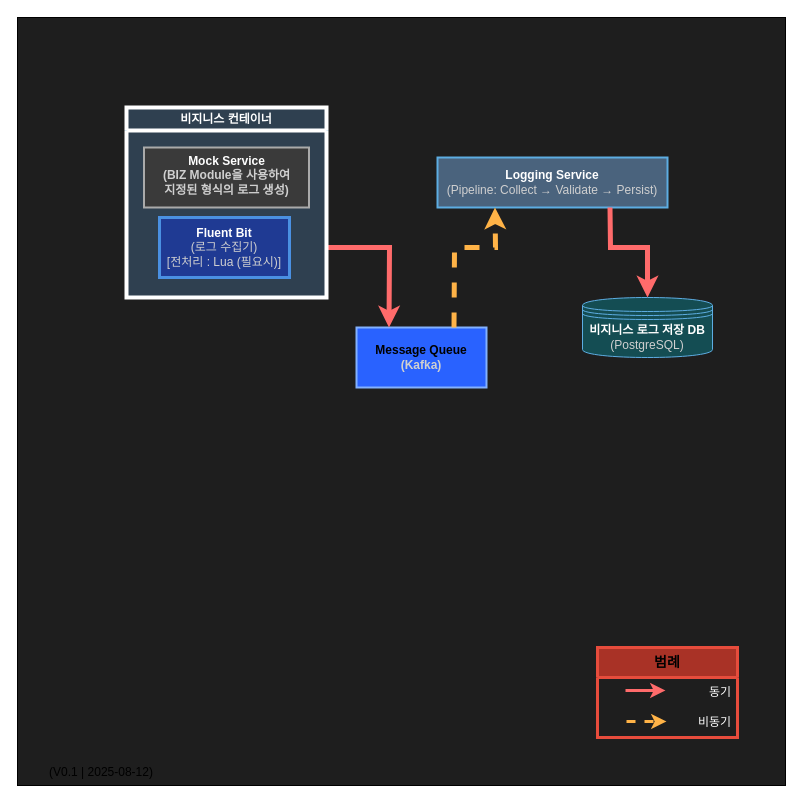
rihee1214/logstream-alert-system keeps this draw.io diagram as docs/01. architecture/MsaLogHandleProjects.drawio. Above is the earlier version. Source tidied: cells renumbered, new cells numbered last; positions are measured from the earlier drawing's top-left corner, leaving out a move shared by most shapes. Both pictures are drawn from the tidied source at 100%, with x=0, y=0 at pixel (17, 17).
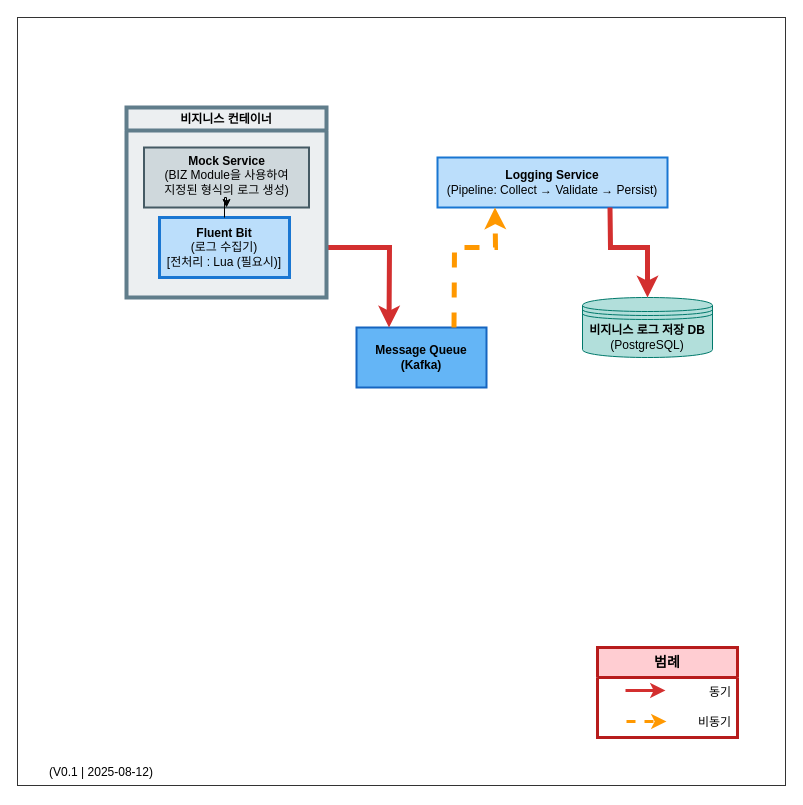
The same page after the edit.

Commit message (it also covers changes not shown here):
Refactor CI/CD tool choice and redesign architecture diagrams for white background

Diff of the diagram source:
```diff
@@
-    <mxCell id="2" style="whiteSpace=wrap;html=1;fillColor=light-dark(#1E1E1E,#1E1E1E);" parent="1" vertex="1">
+    <mxCell id="2" style="whiteSpace=wrap;html=1;fillColor=light-dark(#FFFFFF,#FFFFFF);strokeColor=light-dark(#333333,#333333);" parent="1" vertex="1">
       <mxGeometry width="768" height="768" as="geometry" />
     </mxCell>
-    <mxCell id="3" value="&lt;font style=&quot;&quot;&gt;&lt;b&gt;Logging Service&lt;/b&gt;&lt;/font&gt;&lt;div&gt;&lt;font style=&quot;color: light-dark(rgb(208, 208, 208), rgb(208, 208, 208));&quot;&gt;(Pipeline: Collect → Validate → Persist)&lt;/font&gt;&lt;/div&gt;" style="rounded=0;whiteSpace=wrap;html=1;fillColor=light-dark(#4A637D,#4A637D);strokeColor=light-dark(#5DADE2,#5DADE2);strokeWidth=2;fontColor=light-dark(#FFFFFF,#FFFFFF);" parent="1" vertex="1">
+    <mxCell id="3" value="&lt;font style=&quot;&quot;&gt;&lt;b&gt;Logging Service&lt;/b&gt;&lt;/font&gt;&lt;div&gt;&lt;font style=&quot;&quot;&gt;(Pipeline: Collect → Validate → Persist)&lt;/font&gt;&lt;/div&gt;" style="rounded=0;whiteSpace=wrap;html=1;fillColor=light-dark(#BBDEFB,#BBDEFB);strokeColor=light-dark(#1976D2,#1976D2);strokeWidth=2;fontColor=light-dark(#000000,#000000);" parent="1" vertex="1">
       <mxGeometry x="420" y="140" width="230" height="50" as="geometry" />
     </mxCell>
@@
-    <mxCell id="5" value="&lt;font&gt;&lt;b style=&quot;&quot;&gt;Message Queue&lt;/b&gt;&lt;/font&gt;&lt;div&gt;&lt;font style=&quot;color: light-dark(rgb(208, 208, 208), rgb(208, 208, 208));&quot;&gt;&lt;b style=&quot;&quot;&gt;(Kafka)&lt;/b&gt;&lt;/font&gt;&lt;/div&gt;" style="rounded=0;whiteSpace=wrap;html=1;fillColor=light-dark(#2962FF,#2962FF);strokeColor=light-dark(#82B1FF,#82B1FF);strokeWidth=2;" parent="1" vertex="1">
+    <mxCell id="5" value="&lt;font&gt;&lt;b style=&quot;&quot;&gt;Message Queue&lt;/b&gt;&lt;/font&gt;&lt;div&gt;&lt;font style=&quot;&quot;&gt;&lt;b style=&quot;&quot;&gt;(Kafka)&lt;/b&gt;&lt;/font&gt;&lt;/div&gt;" style="rounded=0;whiteSpace=wrap;html=1;fillColor=light-dark(#64B5F6,#64B5F6);strokeColor=light-dark(#1565C0,#1565C0);strokeWidth=2;fontColor=light-dark(#000000,#000000);" parent="1" vertex="1">
       <mxGeometry x="339" y="310" width="130" height="60" as="geometry" />
     </mxCell>
-    <mxCell id="6" style="endArrow=classic;html=1;rounded=0;strokeColor=light-dark(#FF6B6B,#FF6B6B);entryX=0.25;entryY=0;entryDx=0;entryDy=0;exitX=1;exitY=0.5;exitDx=0;exitDy=0;strokeWidth=5;" parent="1" edge="1" source="18" target="5">
+    <mxCell id="6" style="endArrow=classic;html=1;rounded=0;strokeColor=light-dark(#D32F2F,#D32F2F);entryX=0.25;entryY=0;entryDx=0;entryDy=0;exitX=1;exitY=0.5;exitDx=0;exitDy=0;strokeWidth=5;" parent="1" edge="1" source="18" target="5">
       <mxGeometry relative="1" as="geometry">
         <Array as="points">
           <mxPoint x="372" y="230" />
         </Array>
       </mxGeometry>
     </mxCell>
-    <mxCell id="7" style="group;labelBackgroundColor=light-dark(#FFFFFF,#FFFFFF);strokeColor=light-dark(#5DADE2,#5DADE2);fillColor=light-dark(#2F4050,#2F4050);strokeWidth=3;fontColor=light-dark(#000000,#000000);labelBorderColor=none;" parent="1" vertex="1">
+    <mxCell id="7" style="group;labelBackgroundColor=light-dark(#FFFFFF,#FFFFFF);strokeColor=light-dark(#607D8B,#607D8B);fillColor=light-dark(#ECEFF1,#ECEFF1);strokeWidth=3;fontColor=light-dark(#000000,#000000);labelBorderColor=none;" parent="1" vertex="1">
       <mxGeometry x="109" y="90" width="200" height="190" as="geometry" />
     </mxCell>
-    <mxCell id="8" style="endArrow=classic;html=1;rounded=0;strokeColor=light-dark(#FFB347,#FFB347);entryX=0.25;entryY=1;entryDx=0;entryDy=0;exitX=0.75;exitY=0;exitDx=0;exitDy=0;strokeWidth=5;dashed=1;" parent="1" edge="1" source="5" target="3">
+    <mxCell id="8" style="endArrow=classic;html=1;rounded=0;strokeColor=light-dark(#FF9800,#FF9800);entryX=0.25;entryY=1;entryDx=0;entryDy=0;exitX=0.75;exitY=0;exitDx=0;exitDy=0;strokeWidth=5;dashed=1;" parent="1" edge="1" source="5" target="3">
       <mxGeometry relative="1" as="geometry">
         <Array as="points">
           <mxPoint x="437" y="230" />
           <mxPoint x="478" y="230" />
         </Array>
       </mxGeometry>
     </mxCell>
-    <mxCell id="9" style="endArrow=classic;html=1;rounded=0;strokeColor=light-dark(#FF6B6B,#FF6B6B);entryX=0.5;entryY=0;entryDx=0;entryDy=0;exitX=0.75;exitY=1;exitDx=0;exitDy=0;strokeWidth=5;" parent="1" edge="1" source="3" target="15">
+    <mxCell id="9" style="endArrow=classic;html=1;rounded=0;strokeColor=light-dark(#D32F2F,#D32F2F);entryX=0.5;entryY=0;entryDx=0;entryDy=0;exitX=0.75;exitY=1;exitDx=0;exitDy=0;strokeWidth=5;" parent="1" edge="1" source="3" target="15">
       <mxGeometry relative="1" as="geometry">
         <Array as="points">
           <mxPoint x="593" y="230" />
           <mxPoint x="630" y="230" />
         </Array>
       </mxGeometry>
     </mxCell>
-    <mxCell id="10" value="&lt;font style=&quot;font-size: 14px; color: light-dark(rgb(0, 0, 0), rgb(0, 0, 0));&quot;&gt;&lt;b style=&quot;&quot;&gt;범례&lt;/b&gt;&lt;/font&gt;" style="swimlane;fontStyle=0;horizontal=1;startSize=30;whiteSpace=wrap;html=1;strokeColor=light-dark(#E74C3C,#E74C3C);strokeWidth=3;fillColor=light-dark(#A93226,#A93226);fontColor=light-dark(#FFFFFF,#3333FF);" parent="1" vertex="1">
+    <mxCell id="10" value="&lt;font style=&quot;font-size: 14px; color: light-dark(rgb(0, 0, 0), rgb(0, 0, 0));&quot;&gt;&lt;b style=&quot;&quot;&gt;범례&lt;/b&gt;&lt;/font&gt;" style="swimlane;fontStyle=0;horizontal=1;startSize=30;whiteSpace=wrap;html=1;strokeColor=light-dark(#B71C1C,#B71C1C);strokeWidth=3;fillColor=light-dark(#FFCDD2,#FFCDD2);fontColor=light-dark(#FFFFFF,#3333FF);" parent="1" vertex="1">
       <mxGeometry x="580" y="630" width="140" height="90" as="geometry" />
     </mxCell>
-    <mxCell id="11" value="동기" style="text;strokeColor=none;fillColor=none;align=right;verticalAlign=middle;spacingLeft=4;spacingRight=4;overflow=hidden;whiteSpace=wrap;html=1;fontColor=light-dark(#FFFFFF,#FFFFFF);" parent="10" vertex="1">
+    <mxCell id="11" value="동기" style="text;strokeColor=none;fillColor=none;align=right;verticalAlign=middle;spacingLeft=4;spacingRight=4;overflow=hidden;whiteSpace=wrap;html=1;fontColor=light-dark(#000000,#000000);" parent="10" vertex="1">
       <mxGeometry y="30" width="140" height="30" as="geometry" />
     </mxCell>
-    <mxCell id="12" value="&lt;font style=&quot;&quot;&gt;비동기&lt;/font&gt;" style="text;strokeColor=none;fillColor=none;align=right;verticalAlign=middle;spacingLeft=4;spacingRight=4;overflow=hidden;whiteSpace=wrap;html=1;fontColor=light-dark(#FFFFFF,#FFFFFF);" parent="10" vertex="1">
+    <mxCell id="12" value="&lt;font style=&quot;&quot;&gt;비동기&lt;/font&gt;" style="text;strokeColor=none;fillColor=none;align=right;verticalAlign=middle;spacingLeft=4;spacingRight=4;overflow=hidden;whiteSpace=wrap;html=1;fontColor=light-dark(#000000,#000000);" parent="10" vertex="1">
       <mxGeometry y="60" width="140" height="30" as="geometry" />
     </mxCell>
-    <mxCell id="13" style="endArrow=classic;html=1;rounded=0;strokeColor=light-dark(#FF6B6B,#FF6B6B);strokeWidth=3;" parent="1" edge="1">
+    <mxCell id="13" style="endArrow=classic;html=1;rounded=0;strokeColor=light-dark(#D32F2F,#D32F2F);strokeWidth=3;" parent="1" edge="1">
       <mxGeometry relative="1" as="geometry">
         <mxPoint x="608" y="673" as="sourcePoint" />
         <mxPoint x="648" y="673" as="targetPoint" />
       </mxGeometry>
     </mxCell>
-    <mxCell id="14" style="endArrow=classic;html=1;rounded=0;strokeColor=light-dark(#FFB347,#FFB347);strokeWidth=3;dashed=1;" parent="1" edge="1">
+    <mxCell id="14" style="endArrow=classic;html=1;rounded=0;strokeColor=light-dark(#FF9800,#FF9800);strokeWidth=3;dashed=1;" parent="1" edge="1">
       <mxGeometry relative="1" as="geometry">
         <mxPoint x="609" y="704" as="sourcePoint" />
         <mxPoint x="649" y="704" as="targetPoint" />
       </mxGeometry>
     </mxCell>
-    <mxCell id="15" value="&lt;font style=&quot;&quot;&gt;&lt;b&gt;비지니스 로그 저장 DB&lt;/b&gt;&lt;br&gt;&lt;/font&gt;&lt;div&gt;&lt;font style=&quot;color: light-dark(rgb(208, 208, 208), rgb(208, 208, 208));&quot;&gt;&lt;font style=&quot;&quot;&gt;(&lt;/font&gt;&lt;span style=&quot;&quot;&gt;&lt;font style=&quot;&quot;&gt;PostgreSQL&lt;/font&gt;&lt;/span&gt;&lt;span style=&quot;&quot;&gt;)&lt;/span&gt;&lt;/font&gt;&lt;/div&gt;" style="shape=datastore;whiteSpace=wrap;html=1;fillColor=light-dark(#144D53,#144D53);strokeColor=light-dark(#5DADE2,#5DADE2);fontColor=light-dark(#FFFFFF,#FFFFFF);labelBackgroundColor=none;labelBorderColor=none;" parent="1" vertex="1">
+    <mxCell id="15" value="&lt;font style=&quot;&quot;&gt;&lt;b&gt;비지니스 로그 저장 DB&lt;/b&gt;&lt;br&gt;&lt;/font&gt;&lt;div&gt;&lt;font style=&quot;&quot;&gt;&lt;font style=&quot;&quot;&gt;(&lt;/font&gt;&lt;span style=&quot;&quot;&gt;&lt;font style=&quot;&quot;&gt;PostgreSQL&lt;/font&gt;&lt;/span&gt;&lt;span style=&quot;&quot;&gt;)&lt;/span&gt;&lt;/font&gt;&lt;/div&gt;" style="shape=datastore;whiteSpace=wrap;html=1;fillColor=light-dark(#B2DFDB,#B2DFDB);strokeColor=light-dark(#00796B,#00796B);fontColor=light-dark(#000000,#000000);labelBackgroundColor=none;labelBorderColor=none;" parent="1" vertex="1">
       <mxGeometry x="565" y="280" width="130" height="60" as="geometry" />
     </mxCell>
-    <mxCell id="16" value="&lt;font style=&quot;&quot;&gt;&lt;b style=&quot;&quot;&gt;&lt;font style=&quot;color: light-dark(rgb(255, 255, 255), rgb(255, 255, 255));&quot;&gt;Mock Service&lt;/font&gt;&lt;br&gt;&lt;font style=&quot;color: light-dark(rgb(208, 208, 208), rgb(208, 208, 208));&quot;&gt;(BIZ Module을 사용하여&lt;br&gt;지정된 형식의 로그 생성)&lt;/font&gt;&lt;/b&gt;&lt;/font&gt;" style="rounded=0;whiteSpace=wrap;html=1;strokeColor=light-dark(#AAAAAA,#AAAAAA);strokeWidth=2;fillColor=light-dark(#3A3A3A,#3A3A3A);verticalAlign=top;fontColor=light-dark(#FFFFFF,#FFFFFF);" parent="1" vertex="1">
+    <mxCell id="16" value="&lt;font style=&quot;&quot;&gt;&lt;font style=&quot;font-weight: bold;&quot;&gt;Mock Service&lt;/font&gt;&lt;br&gt;&lt;font style=&quot;&quot;&gt;(BIZ Module을 사용하여&lt;br&gt;지정된 형식의 로그 생성)&lt;/font&gt;&lt;/font&gt;" style="rounded=0;whiteSpace=wrap;html=1;strokeColor=light-dark(#455A64,#455A64);strokeWidth=2;fillColor=light-dark(#CFD8DC,#CFD8DC);verticalAlign=top;fontColor=light-dark(#000000,#000000);" parent="1" vertex="1">
       <mxGeometry x="126.5" y="130" width="165" height="60" as="geometry" />
     </mxCell>
-    <mxCell id="17" value="&lt;font style=&quot;color: light-dark(rgb(255, 255, 255), rgb(255, 255, 255));&quot;&gt;비지니스 컨테이너&lt;/font&gt;" style="swimlane;whiteSpace=wrap;html=1;strokeColor=light-dark(#FFFFFF,#FFFFFF);strokeWidth=4;fontColor=light-dark(#FFFFFF,#FFFFFF);fillColor=light-dark(#2F4050,#2F4050);" parent="1" vertex="1">
+    <mxCell id="17" value="&lt;font style=&quot;&quot;&gt;비지니스 컨테이너&lt;/font&gt;" style="swimlane;whiteSpace=wrap;html=1;strokeWidth=4;fillColor=light-dark(#ECEFF1,#ECEFF1);fontColor=light-dark(#000000,#000000);strokeColor=light-dark(#607D8B,#607D8B);" parent="1" vertex="1">
       <mxGeometry x="109" y="90" width="200" height="190" as="geometry" />
     </mxCell>
-    <mxCell id="18" value="&lt;font style=&quot;&quot;&gt;&lt;b style=&quot;&quot;&gt;Fluent Bit&lt;/b&gt;&lt;/font&gt;&lt;div&gt;&lt;font style=&quot;color: light-dark(rgb(208, 208, 208), rgb(208, 208, 208));&quot;&gt;(로그 수집기)&lt;br&gt;[전처리 : Lua (필요시)]&lt;/font&gt;&lt;/div&gt;" style="rounded=0;whiteSpace=wrap;html=1;fillColor=light-dark(#1F3A93,#1F3A93);strokeColor=light-dark(#4A90E2,#4A90E2);strokeWidth=3;fontColor=light-dark(#FFFFFF,#FFFFFF);" parent="17" vertex="1">
+    <mxCell id="18" value="&lt;font style=&quot;&quot;&gt;&lt;b style=&quot;&quot;&gt;Fluent Bit&lt;/b&gt;&lt;/font&gt;&lt;div&gt;&lt;font style=&quot;&quot;&gt;(로그 수집기)&lt;br&gt;[전처리 : Lua (필요시)]&lt;/font&gt;&lt;/div&gt;" style="rounded=0;whiteSpace=wrap;html=1;fillColor=light-dark(#BBDEFB,#BBDEFB);strokeColor=light-dark(#1976D2,#1976D2);strokeWidth=3;fontColor=light-dark(#000000,#000000);" parent="17" vertex="1">
       <mxGeometry x="33" y="110" width="130" height="60" as="geometry" />
     </mxCell>
+    <mxCell id="19" style="edgeStyle=orthogonalEdgeStyle;rounded=0;jettySize=auto;html=1;" parent="1" edge="1" source="18" target="16">
+      <mxGeometry relative="1" as="geometry" />
+    </mxCell>
```
